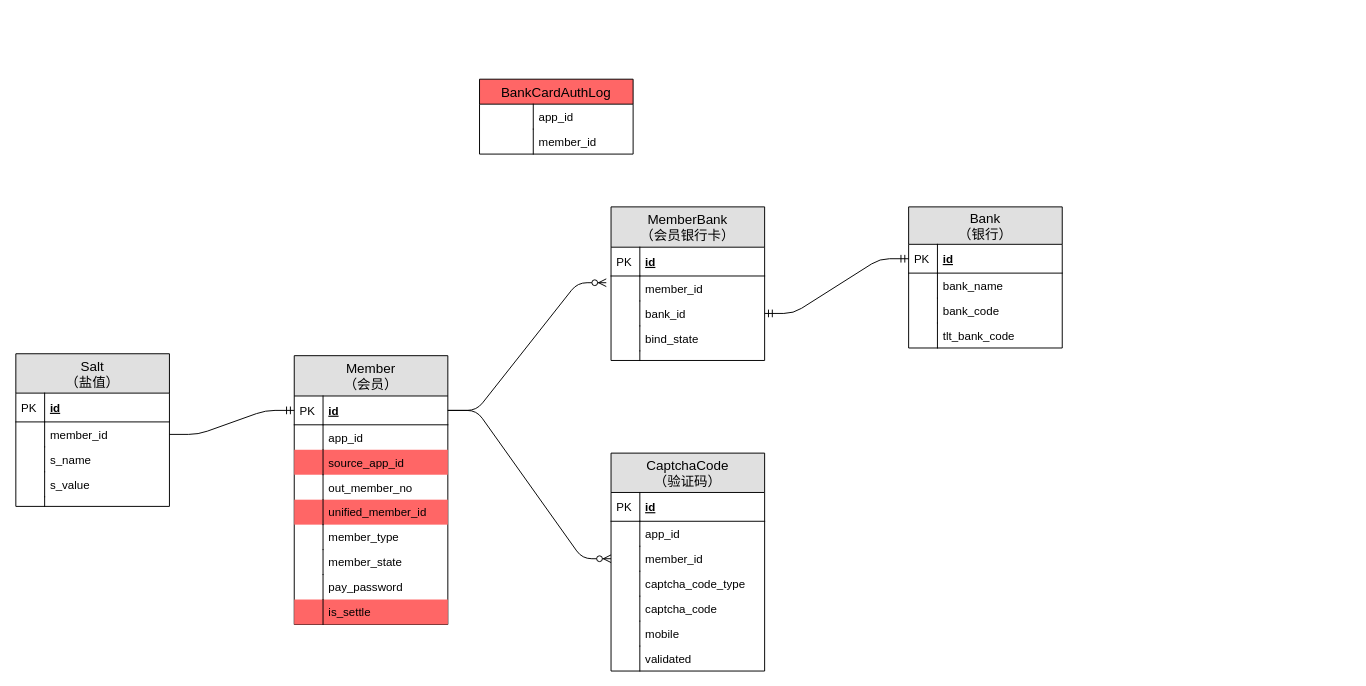
Earlier version of the draw.io diagram page "member" (3 of 3) of xc-account/design/account/xc-account-db-ER.drawio (waterStone528/job). Source tidied: cells renumbered, new cells numbered last; positions are measured from the earlier drawing's top-left corner, leaving out a move shared by most shapes. Both pictures are drawn from the tidied source at 96%, with x=0, y=0 at pixel (15, 79).
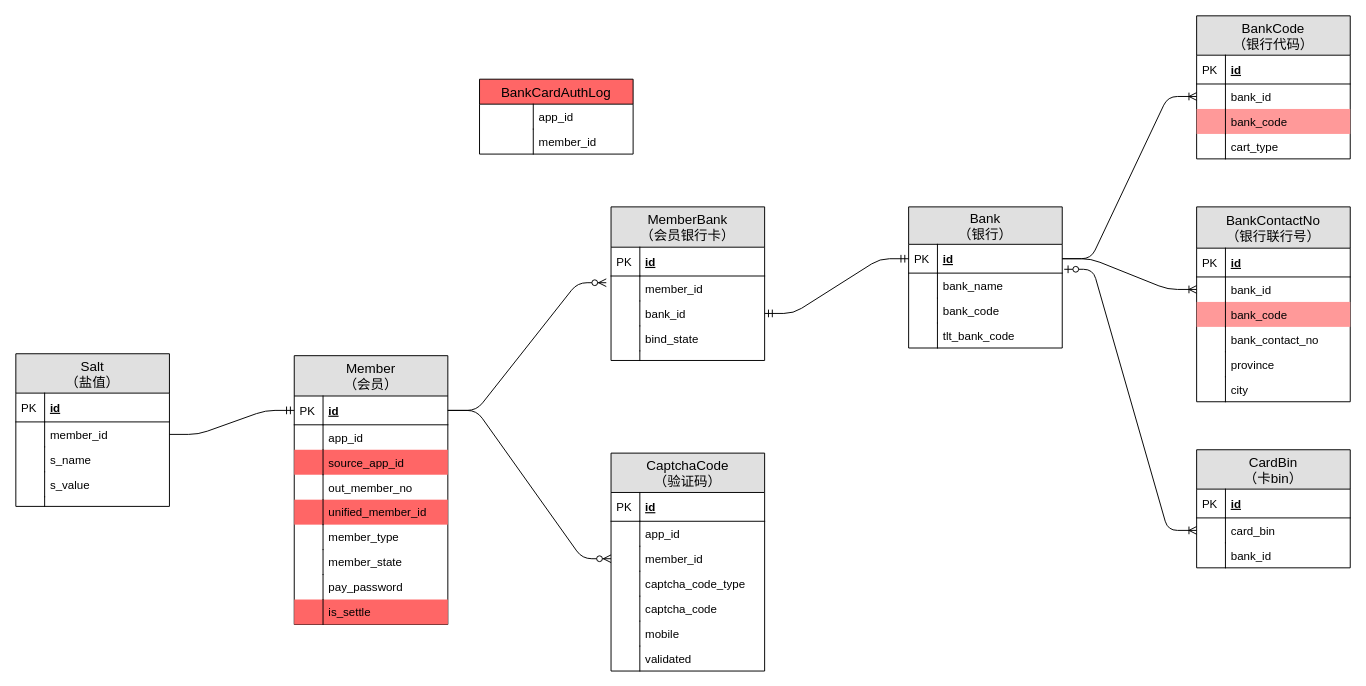
The same diagram, later.

The change refers to these unchanged cells:
```xml
<mxCell id="64" value="id" style="shape=partialRectangle;top=0;left=0;right=0;bottom=1;align=left;verticalAlign=middle;fillColor=none;spacingLeft=34;spacingRight=4;overflow=hidden;points=[[0,0.5],[1,0.5]];portConstraint=eastwest;fontStyle=5;fontSize=12;" parent="63" vertex="1">
  <mxGeometry y="39" width="160" height="30" as="geometry" />
</mxCell>
```

The edit, as a diff of the source:
```diff
@@
+    <mxCell id="76" value="BankCode&#10;（银行代码）" style="swimlane;fontStyle=0;horizontal=1;startSize=41;fillColor=#e0e0e0;swimlaneFillColor=#ffffff;align=center;fontSize=14;" parent="1" vertex="1">
+      <mxGeometry x="1230" y="-66" width="160" height="149" as="geometry" />
+    </mxCell>
+    <mxCell id="77" value="id" style="shape=partialRectangle;top=0;left=0;right=0;bottom=1;align=left;verticalAlign=middle;fillColor=none;spacingLeft=34;spacingRight=4;overflow=hidden;fontStyle=5;fontSize=12;" parent="76" vertex="1">
+      <mxGeometry y="41" width="160" height="30" as="geometry" />
+    </mxCell>
+    <mxCell id="78" value="PK" style="shape=partialRectangle;top=0;left=0;bottom=0;fillColor=none;align=left;verticalAlign=middle;spacingLeft=4;spacingRight=4;overflow=hidden;fontSize=12;" parent="77" vertex="1">
+      <mxGeometry width="30" height="30" as="geometry" />
+    </mxCell>
+    <mxCell id="79" value="bank_id" style="shape=partialRectangle;top=0;left=0;right=0;bottom=0;align=left;verticalAlign=top;fillColor=none;spacingLeft=34;spacingRight=4;overflow=hidden;points=[[0,0.5],[1,0.5]];portConstraint=eastwest;fontSize=12;" parent="76" vertex="1">
+      <mxGeometry y="71" width="160" height="26" as="geometry" />
+    </mxCell>
+    <mxCell id="80" style="shape=partialRectangle;top=0;left=0;bottom=0;fillColor=none;align=left;verticalAlign=top;spacingLeft=4;spacingRight=4;overflow=hidden;fontSize=12;" parent="79" vertex="1">
+      <mxGeometry width="30" height="26" as="geometry" />
+    </mxCell>
+    <mxCell id="81" value="bank_code" style="shape=partialRectangle;top=0;left=0;right=0;bottom=0;align=left;verticalAlign=top;fillColor=#FF9999;spacingLeft=34;spacingRight=4;overflow=hidden;fontSize=12;" parent="76" vertex="1">
+      <mxGeometry y="97" width="160" height="26" as="geometry" />
+    </mxCell>
+    <mxCell id="82" style="shape=partialRectangle;top=0;left=0;bottom=0;fillColor=none;align=left;verticalAlign=top;spacingLeft=4;spacingRight=4;overflow=hidden;fontSize=12;" parent="81" vertex="1">
+      <mxGeometry width="30" height="26" as="geometry" />
+    </mxCell>
+    <mxCell id="83" value="cart_type" style="shape=partialRectangle;top=0;left=0;right=0;bottom=0;align=left;verticalAlign=top;fillColor=none;spacingLeft=34;spacingRight=4;overflow=hidden;fontSize=12;" parent="76" vertex="1">
+      <mxGeometry y="123" width="160" height="26" as="geometry" />
+    </mxCell>
+    <mxCell id="84" style="shape=partialRectangle;top=0;left=0;bottom=0;fillColor=none;align=left;verticalAlign=top;spacingLeft=4;spacingRight=4;overflow=hidden;fontSize=12;" parent="83" vertex="1">
+      <mxGeometry width="30" height="26" as="geometry" />
+    </mxCell>
+    <mxCell id="85" value="BankContactNo&#10;（银行联行号）" style="swimlane;fontStyle=0;horizontal=1;startSize=43;fillColor=#e0e0e0;swimlaneFillColor=#ffffff;align=center;fontSize=14;" parent="1" vertex="1">
+      <mxGeometry x="1230" y="133" width="160" height="203" as="geometry" />
+    </mxCell>
+    <mxCell id="86" value="id" style="shape=partialRectangle;top=0;left=0;right=0;bottom=1;align=left;verticalAlign=middle;fillColor=none;spacingLeft=34;spacingRight=4;overflow=hidden;fontStyle=5;fontSize=12;" parent="85" vertex="1">
+      <mxGeometry y="43" width="160" height="30" as="geometry" />
+    </mxCell>
+    <mxCell id="87" value="PK" style="shape=partialRectangle;top=0;left=0;bottom=0;fillColor=none;align=left;verticalAlign=middle;spacingLeft=4;spacingRight=4;overflow=hidden;fontSize=12;" parent="86" vertex="1">
+      <mxGeometry width="30" height="30" as="geometry" />
+    </mxCell>
+    <mxCell id="88" value="bank_id" style="shape=partialRectangle;top=0;left=0;right=0;bottom=0;align=left;verticalAlign=top;fillColor=none;spacingLeft=34;spacingRight=4;overflow=hidden;points=[[0,0.5],[1,0.5]];portConstraint=eastwest;fontSize=12;" parent="85" vertex="1">
+      <mxGeometry y="73" width="160" height="26" as="geometry" />
+    </mxCell>
+    <mxCell id="89" style="shape=partialRectangle;top=0;left=0;bottom=0;fillColor=none;align=left;verticalAlign=top;spacingLeft=4;spacingRight=4;overflow=hidden;fontSize=12;" parent="88" vertex="1">
+      <mxGeometry width="30" height="26" as="geometry" />
+    </mxCell>
+    <mxCell id="90" value="bank_code" style="shape=partialRectangle;top=0;left=0;right=0;bottom=0;align=left;verticalAlign=top;fillColor=#FF9999;spacingLeft=34;spacingRight=4;overflow=hidden;fontSize=12;" parent="85" vertex="1">
+      <mxGeometry y="99" width="160" height="26" as="geometry" />
+    </mxCell>
+    <mxCell id="91" style="shape=partialRectangle;top=0;left=0;bottom=0;fillColor=none;align=left;verticalAlign=top;spacingLeft=4;spacingRight=4;overflow=hidden;fontSize=12;" parent="90" vertex="1">
+      <mxGeometry width="30" height="26" as="geometry" />
+    </mxCell>
+    <mxCell id="92" value="bank_contact_no" style="shape=partialRectangle;top=0;left=0;right=0;bottom=0;align=left;verticalAlign=top;fillColor=none;spacingLeft=34;spacingRight=4;overflow=hidden;fontSize=12;" parent="85" vertex="1">
+      <mxGeometry y="125" width="160" height="26" as="geometry" />
+    </mxCell>
+    <mxCell id="93" style="shape=partialRectangle;top=0;left=0;bottom=0;fillColor=none;align=left;verticalAlign=top;spacingLeft=4;spacingRight=4;overflow=hidden;fontSize=12;" parent="92" vertex="1">
+      <mxGeometry width="30" height="26" as="geometry" />
+    </mxCell>
+    <mxCell id="94" value="province" style="shape=partialRectangle;top=0;left=0;right=0;bottom=0;align=left;verticalAlign=top;fillColor=none;spacingLeft=34;spacingRight=4;overflow=hidden;fontSize=12;" parent="85" vertex="1">
+      <mxGeometry y="151" width="160" height="26" as="geometry" />
+    </mxCell>
+    <mxCell id="95" style="shape=partialRectangle;top=0;left=0;bottom=0;fillColor=none;align=left;verticalAlign=top;spacingLeft=4;spacingRight=4;overflow=hidden;fontSize=12;" parent="94" vertex="1">
+      <mxGeometry width="30" height="26" as="geometry" />
+    </mxCell>
+    <mxCell id="96" value="city" style="shape=partialRectangle;top=0;left=0;right=0;bottom=0;align=left;verticalAlign=top;fillColor=none;spacingLeft=34;spacingRight=4;overflow=hidden;fontSize=12;" parent="85" vertex="1">
+      <mxGeometry y="177" width="160" height="26" as="geometry" />
+    </mxCell>
+    <mxCell id="97" style="shape=partialRectangle;top=0;left=0;bottom=0;fillColor=none;align=left;verticalAlign=top;spacingLeft=4;spacingRight=4;overflow=hidden;fontSize=12;" parent="96" vertex="1">
+      <mxGeometry width="30" height="26" as="geometry" />
+    </mxCell>
+    <mxCell id="98" value="CardBin&#10;（卡bin）" style="swimlane;fontStyle=0;horizontal=1;startSize=41;fillColor=#e0e0e0;swimlaneFillColor=#ffffff;align=center;fontSize=14;" parent="1" vertex="1">
+      <mxGeometry x="1230" y="386" width="160" height="123" as="geometry" />
+    </mxCell>
+    <mxCell id="99" value="id" style="shape=partialRectangle;top=0;left=0;right=0;bottom=1;align=left;verticalAlign=middle;fillColor=none;spacingLeft=34;spacingRight=4;overflow=hidden;fontStyle=5;fontSize=12;" parent="98" vertex="1">
+      <mxGeometry y="41" width="160" height="30" as="geometry" />
+    </mxCell>
+    <mxCell id="100" value="PK" style="shape=partialRectangle;top=0;left=0;bottom=0;fillColor=none;align=left;verticalAlign=middle;spacingLeft=4;spacingRight=4;overflow=hidden;fontSize=12;" parent="99" vertex="1">
+      <mxGeometry width="30" height="30" as="geometry" />
+    </mxCell>
+    <mxCell id="101" value="card_bin" style="shape=partialRectangle;top=0;left=0;right=0;bottom=0;align=left;verticalAlign=top;fillColor=none;spacingLeft=34;spacingRight=4;overflow=hidden;points=[[0,0.5],[1,0.5]];portConstraint=eastwest;fontSize=12;" parent="98" vertex="1">
+      <mxGeometry y="71" width="160" height="26" as="geometry" />
+    </mxCell>
+    <mxCell id="102" style="shape=partialRectangle;top=0;left=0;bottom=0;fillColor=none;align=left;verticalAlign=top;spacingLeft=4;spacingRight=4;overflow=hidden;fontSize=12;" parent="101" vertex="1">
+      <mxGeometry width="30" height="26" as="geometry" />
+    </mxCell>
+    <mxCell id="103" value="bank_id" style="shape=partialRectangle;top=0;left=0;right=0;bottom=0;align=left;verticalAlign=top;fillColor=none;spacingLeft=34;spacingRight=4;overflow=hidden;fontSize=12;" parent="98" vertex="1">
+      <mxGeometry y="97" width="160" height="26" as="geometry" />
+    </mxCell>
+    <mxCell id="104" style="shape=partialRectangle;top=0;left=0;bottom=0;fillColor=none;align=left;verticalAlign=top;spacingLeft=4;spacingRight=4;overflow=hidden;fontSize=12;" parent="103" vertex="1">
+      <mxGeometry width="30" height="26" as="geometry" />
+    </mxCell>
+    <mxCell id="105" style="edgeStyle=entityRelationEdgeStyle;fontSize=12;html=1;endArrow=ERoneToMany;exitX=1;exitY=0.5;exitDx=0;exitDy=0;entryX=0;entryY=0.5;entryDx=0;entryDy=0;" parent="1" edge="1" source="64" target="79">
+      <mxGeometry relative="1" as="geometry" />
+    </mxCell>
+    <mxCell id="106" style="edgeStyle=entityRelationEdgeStyle;fontSize=12;html=1;endArrow=ERoneToMany;exitX=1;exitY=0.5;exitDx=0;exitDy=0;entryX=0;entryY=0.5;entryDx=0;entryDy=0;" parent="1" edge="1" source="64" target="88">
+      <mxGeometry relative="1" as="geometry" />
+    </mxCell>
+    <mxCell id="107" style="edgeStyle=entityRelationEdgeStyle;fontSize=12;html=1;endArrow=ERoneToMany;startArrow=ERzeroToOne;exitX=1.013;exitY=0.867;exitDx=0;exitDy=0;exitPerimeter=0;entryX=0;entryY=0.5;entryDx=0;entryDy=0;" parent="1" edge="1" source="64" target="101">
+      <mxGeometry relative="1" as="geometry" />
+    </mxCell>
```
